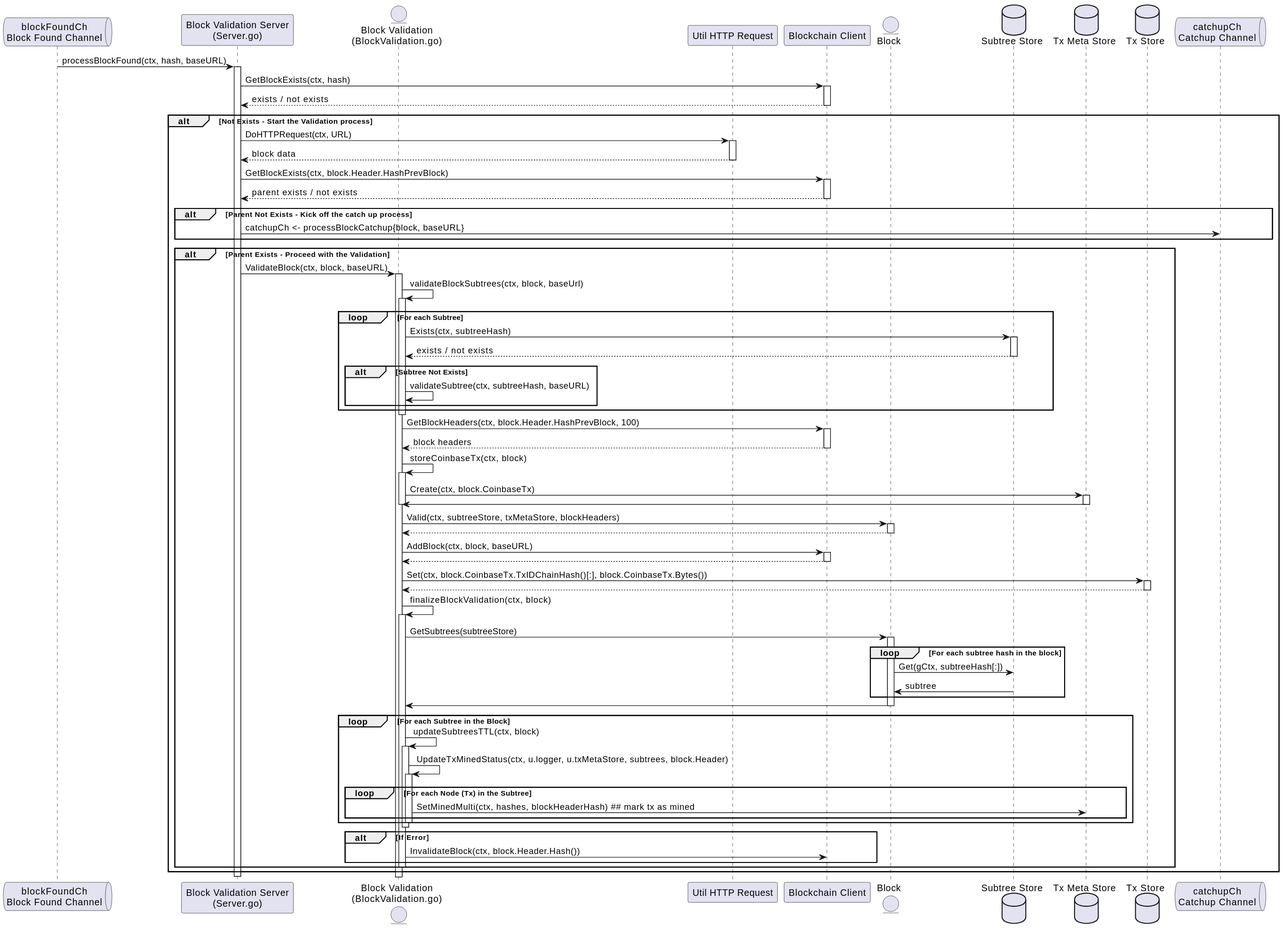
freemans13/teranode keeps this PlantUML diagram as docs/services/img/plantuml/blockvalidation/block_validation_p2p_block_validation.svg. Above is the earlier version. Its source is kept beside it as docs/services/img/plantuml/blockvalidation/block_validation_p2p_block_validation.puml.
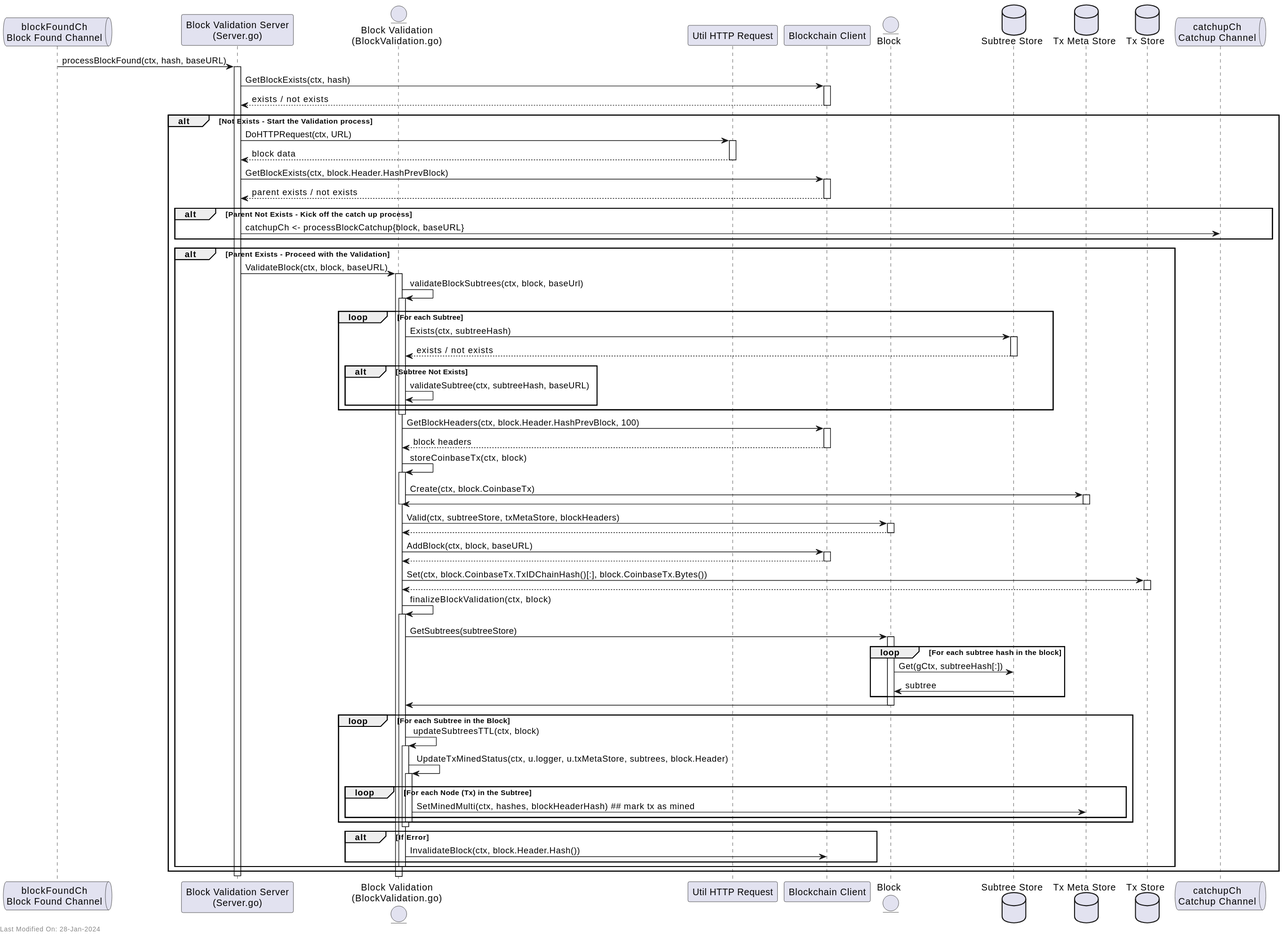
The same file after the commit.

Change to the diagram source:
```diff
@@ -117,4 +117,6 @@
 
 deactivate BVS
 
+left footer Last Modified On: 28-Jan-2024
+
 @enduml
```
